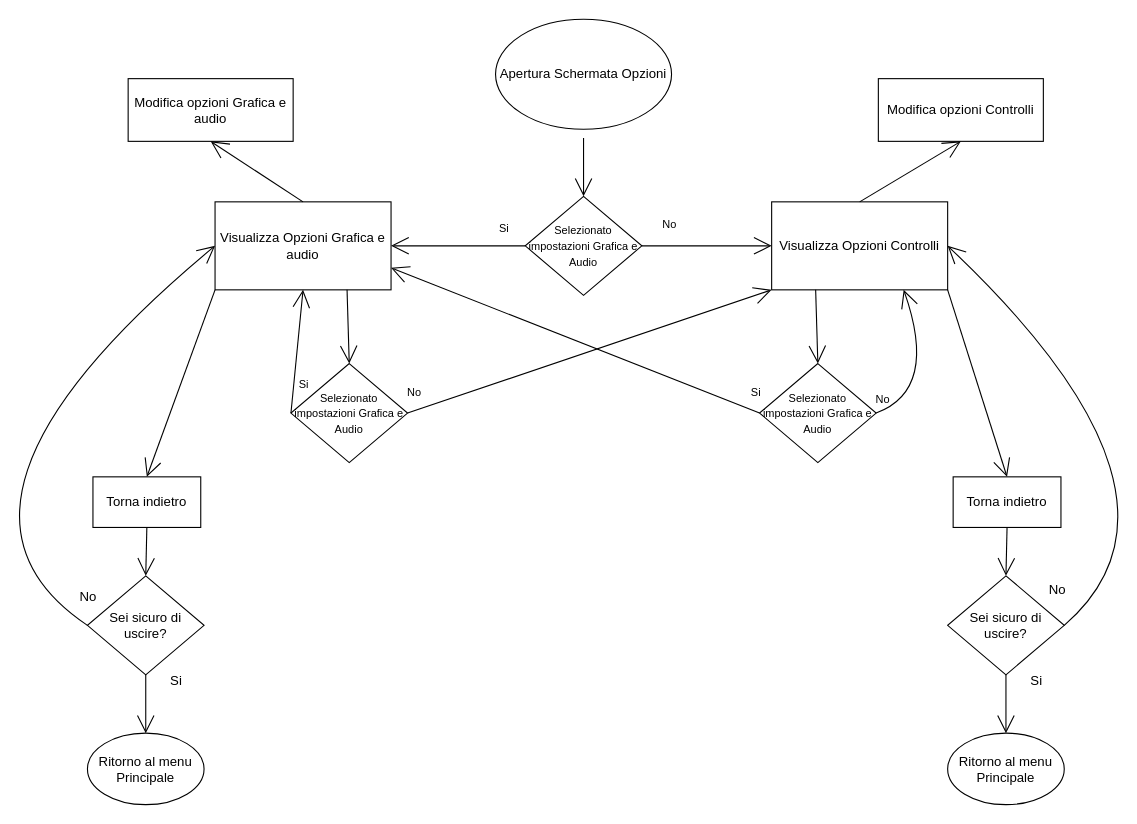
This is doc/Progetti Drawio/FlowChart/FlowchartOpzioni.drawio from zSavT/Healthy-Catering, a draw.io file, before an edit. Source tidied: cells renumbered, new cells numbered last; positions are measured from the earlier drawing's top-left corner, leaving out a move shared by most shapes. Both pictures are drawn from the tidied source at 110%, with x=0, y=0 at pixel (-96, 19).
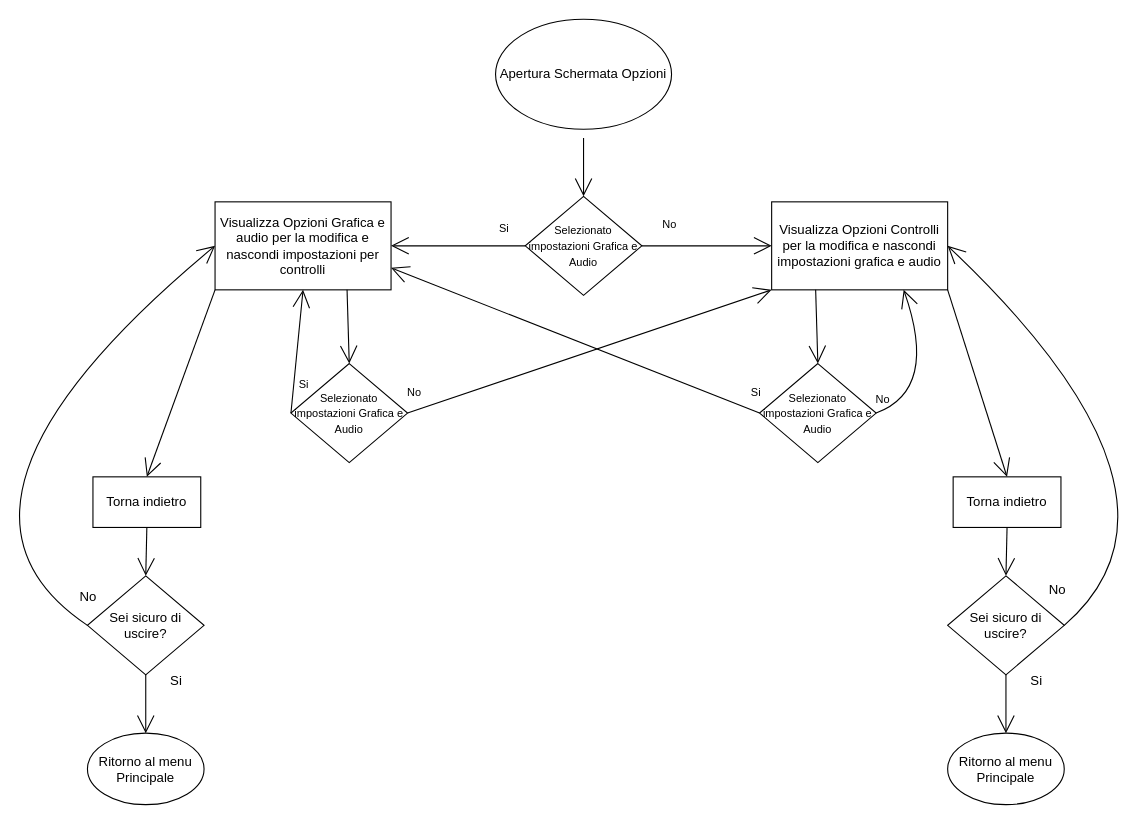
After the change.

Commit message (it also covers changes not shown here):
Aggiornato flowchart menu opzioni

What changed in the source:
```diff
@@
-    <mxCell id="2" value="Visualizza Opzioni Grafica e audio" style="rounded=0;whiteSpace=wrap;html=1;hachureGap=4;" parent="1" vertex="1">
+    <mxCell id="2" value="Visualizza Opzioni Grafica e audio per la modifica e nascondi impostazioni per controlli" style="rounded=0;whiteSpace=wrap;html=1;hachureGap=4;" parent="1" vertex="1">
       <mxGeometry x="282" y="166" width="160" height="80" as="geometry" />
     </mxCell>
@@
-    <mxCell id="17" value="Visualizza Opzioni Controlli" style="rounded=0;whiteSpace=wrap;html=1;hachureGap=4;" parent="1" vertex="1">
+    <mxCell id="17" value="Visualizza Opzioni Controlli per la modifica e nascondi impostazioni grafica e audio" style="rounded=0;whiteSpace=wrap;html=1;hachureGap=4;" parent="1" vertex="1">
       <mxGeometry x="788" y="166" width="160" height="80" as="geometry" />
     </mxCell>
@@
-    <mxCell id="41" value="Modifica opzioni Grafica e audio" style="rounded=0;whiteSpace=wrap;html=1;hachureGap=4;" parent="1" vertex="1">
-      <mxGeometry x="203" y="54" width="150" height="57" as="geometry" />
-    </mxCell>
-    <mxCell id="42" value="Modifica opzioni Controlli" style="rounded=0;whiteSpace=wrap;html=1;hachureGap=4;" parent="1" vertex="1">
-      <mxGeometry x="885" y="54" width="150" height="57" as="geometry" />
-    </mxCell>
-    <mxCell id="43" style="edgeStyle=none;jettySize=auto;html=1;rounded=0;endArrow=open;startSize=14;endSize=14;sourcePerimeterSpacing=8;targetPerimeterSpacing=8;curved=1;exitX=0.5;exitY=0;exitDx=0;exitDy=0;entryX=0.5;entryY=1;entryDx=0;entryDy=0;" parent="1" edge="1" source="17" target="42">
-      <mxGeometry relative="1" as="geometry" />
-    </mxCell>
-    <mxCell id="44" style="edgeStyle=none;jettySize=auto;html=1;rounded=0;endArrow=open;startSize=14;endSize=14;sourcePerimeterSpacing=8;targetPerimeterSpacing=8;curved=1;exitX=0.5;exitY=0;exitDx=0;exitDy=0;entryX=0.5;entryY=1;entryDx=0;entryDy=0;" parent="1" edge="1" source="2" target="41">
-      <mxGeometry relative="1" as="geometry" />
-    </mxCell>
```
